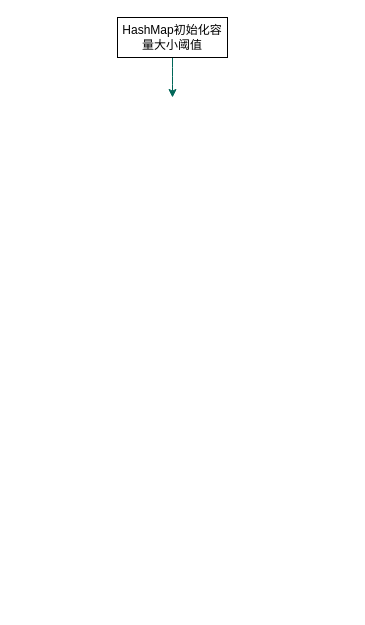
Earlier version of the draw.io diagram 未命名绘图.drawio (JavaLiuTongXue/repo2). Source tidied: cells renumbered, new cells numbered last; positions are measured from the earlier drawing's top-left corner, leaving out a move shared by most shapes. Both pictures are drawn from the tidied source at 100%, with x=0, y=0 at pixel (117, 17).
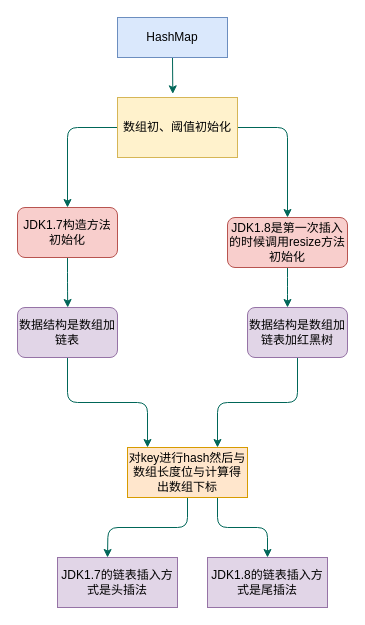
Above is the later version.

Commit message (it also covers changes not shown here):
更新未命名绘图.drawio

What changed in the source:
```diff
@@
-    <mxCell id="2" style="edgeStyle=orthogonalEdgeStyle;curved=0;rounded=1;sketch=0;jettySize=auto;html=1;exitX=0.5;exitY=1;exitDx=0;exitDy=0;strokeColor=#006658;fillColor=#21C0A5;fontColor=#5C5C5C;" parent="1" edge="1" source="3">
-      <mxGeometry relative="1" as="geometry">
-        <mxPoint x="55" y="80" as="targetPoint" />
-      </mxGeometry>
-    </mxCell>
+    <mxCell id="4" style="edgeStyle=orthogonalEdgeStyle;curved=0;rounded=1;sketch=0;jettySize=auto;html=1;exitX=0.5;exitY=1;exitDx=0;exitDy=0;entryX=0.461;entryY=-0.061;entryDx=0;entryDy=0;entryPerimeter=0;strokeColor=#006658;fillColor=#21C0A5;fontColor=#5C5C5C;" parent="1" edge="1" source="3" target="16">
+      <mxGeometry relative="1" as="geometry" />
+    </mxCell>
-    <mxCell id="3" value="HashMap初始化容量大小阈值" style="rounded=0;whiteSpace=wrap;html=1;sketch=0;" parent="1" vertex="1">
+    <mxCell id="3" value="HashMap" style="rounded=0;whiteSpace=wrap;html=1;sketch=0;fillColor=#dae8fc;strokeColor=#6c8ebf;" parent="1" vertex="1">
       <mxGeometry width="110" height="40" as="geometry" />
     </mxCell>
+    <mxCell id="5" style="edgeStyle=orthogonalEdgeStyle;curved=0;rounded=1;sketch=0;jettySize=auto;html=1;exitX=0.5;exitY=1;exitDx=0;exitDy=0;strokeColor=#006658;fillColor=#21C0A5;fontColor=#5C5C5C;" parent="1" edge="1" source="6">
+      <mxGeometry relative="1" as="geometry">
+        <mxPoint x="-49.8" y="290" as="targetPoint" />
+      </mxGeometry>
+    </mxCell>
+    <mxCell id="6" value="JDK1.7构造方法初始化" style="rounded=1;whiteSpace=wrap;html=1;sketch=0;fillColor=#f8cecc;strokeColor=#b85450;" parent="1" vertex="1">
+      <mxGeometry x="-100" y="190" width="100" height="50" as="geometry" />
+    </mxCell>
+    <mxCell id="7" style="edgeStyle=orthogonalEdgeStyle;curved=0;rounded=1;sketch=0;jettySize=auto;html=1;strokeColor=#006658;fillColor=#21C0A5;fontColor=#5C5C5C;" parent="1" edge="1" source="8">
+      <mxGeometry relative="1" as="geometry">
+        <mxPoint x="170" y="290" as="targetPoint" />
+      </mxGeometry>
+    </mxCell>
+    <mxCell id="8" value="JDK1.8是第一次插入的时候调用resize方法初始化" style="rounded=1;whiteSpace=wrap;html=1;sketch=0;fillColor=#f8cecc;strokeColor=#b85450;" parent="1" vertex="1">
+      <mxGeometry x="110" y="200" width="120" height="50" as="geometry" />
+    </mxCell>
+    <mxCell id="9" style="edgeStyle=orthogonalEdgeStyle;curved=0;rounded=1;sketch=0;jettySize=auto;html=1;exitX=0.5;exitY=1;exitDx=0;exitDy=0;strokeColor=#006658;fillColor=#21C0A5;fontColor=#5C5C5C;" parent="1" edge="1" source="11">
+      <mxGeometry relative="1" as="geometry">
+        <mxPoint x="-10" y="540" as="targetPoint" />
+      </mxGeometry>
+    </mxCell>
+    <mxCell id="10" style="edgeStyle=orthogonalEdgeStyle;curved=0;rounded=1;sketch=0;jettySize=auto;html=1;exitX=0.75;exitY=1;exitDx=0;exitDy=0;entryX=0.5;entryY=0;entryDx=0;entryDy=0;strokeColor=#006658;fillColor=#21C0A5;fontColor=#5C5C5C;" parent="1" edge="1" source="11" target="13">
+      <mxGeometry relative="1" as="geometry" />
+    </mxCell>
+    <mxCell id="11" value="对key进行hash然后与数组长度位与计算得出数组下标" style="rounded=0;whiteSpace=wrap;html=1;sketch=0;fillColor=#ffe6cc;strokeColor=#d79b00;" parent="1" vertex="1">
+      <mxGeometry x="10" y="430" width="120" height="50" as="geometry" />
+    </mxCell>
+    <mxCell id="12" value="JDK1.7的链表插入方式是头插法" style="rounded=0;whiteSpace=wrap;html=1;sketch=0;fillColor=#e1d5e7;strokeColor=#9673a6;" parent="1" vertex="1">
+      <mxGeometry x="-60" y="540" width="120" height="50" as="geometry" />
+    </mxCell>
+    <mxCell id="13" value="JDK1.8的链表插入方式是尾插法" style="rounded=0;whiteSpace=wrap;html=1;sketch=0;fillColor=#e1d5e7;strokeColor=#9673a6;" parent="1" vertex="1">
+      <mxGeometry x="90" y="540" width="120" height="50" as="geometry" />
+    </mxCell>
+    <mxCell id="14" style="edgeStyle=orthogonalEdgeStyle;curved=0;rounded=1;sketch=0;jettySize=auto;html=1;exitX=0;exitY=0.5;exitDx=0;exitDy=0;entryX=0.5;entryY=0;entryDx=0;entryDy=0;strokeColor=#006658;fillColor=#21C0A5;fontColor=#5C5C5C;" parent="1" edge="1" source="16" target="6">
+      <mxGeometry relative="1" as="geometry" />
+    </mxCell>
+    <mxCell id="15" style="edgeStyle=orthogonalEdgeStyle;curved=0;rounded=1;sketch=0;jettySize=auto;html=1;exitX=1;exitY=0.5;exitDx=0;exitDy=0;entryX=0.5;entryY=0;entryDx=0;entryDy=0;strokeColor=#006658;fillColor=#21C0A5;fontColor=#5C5C5C;" parent="1" edge="1" source="16" target="8">
+      <mxGeometry relative="1" as="geometry" />
+    </mxCell>
+    <mxCell id="16" value="数组初、阈值初始化" style="rounded=0;whiteSpace=wrap;html=1;sketch=0;fillColor=#fff2cc;strokeColor=#d6b656;" parent="1" vertex="1">
+      <mxGeometry y="80" width="120" height="60" as="geometry" />
+    </mxCell>
+    <mxCell id="17" style="edgeStyle=orthogonalEdgeStyle;curved=0;rounded=1;sketch=0;jettySize=auto;html=1;exitX=0.5;exitY=1;exitDx=0;exitDy=0;entryX=0.167;entryY=0;entryDx=0;entryDy=0;entryPerimeter=0;strokeColor=#006658;fillColor=#21C0A5;fontColor=#5C5C5C;" parent="1" edge="1" source="18" target="11">
+      <mxGeometry relative="1" as="geometry" />
+    </mxCell>
+    <mxCell id="18" value="数据结构是数组加链表" style="rounded=1;whiteSpace=wrap;html=1;sketch=0;fillColor=#e1d5e7;strokeColor=#9673a6;" parent="1" vertex="1">
+      <mxGeometry x="-100" y="290" width="100" height="50" as="geometry" />
+    </mxCell>
+    <mxCell id="19" style="edgeStyle=orthogonalEdgeStyle;curved=0;rounded=1;sketch=0;jettySize=auto;html=1;entryX=0.75;entryY=0;entryDx=0;entryDy=0;strokeColor=#006658;fillColor=#21C0A5;fontColor=#5C5C5C;" parent="1" edge="1" source="20" target="11">
+      <mxGeometry relative="1" as="geometry" />
+    </mxCell>
+    <mxCell id="20" value="数据结构是数组加链表加红黑树" style="rounded=1;whiteSpace=wrap;html=1;sketch=0;fillColor=#e1d5e7;strokeColor=#9673a6;" parent="1" vertex="1">
+      <mxGeometry x="130" y="290" width="100" height="50" as="geometry" />
+    </mxCell>
```
